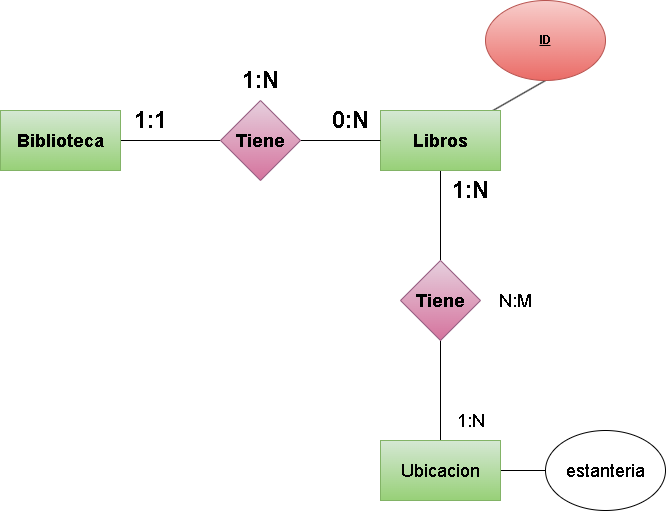
Before: (Unidad-2) (Tarea-3)/img/Ejercicio01.drawio.png, a diagram exported from draw.io (Darkoscurito/Base-de-datos). Source tidied: cells renumbered, new cells last; positions are measured from the earlier drawing's top-left corner, leaving out a move shared by most shapes. Its diagram source:
```xml
<mxGraphModel>
  <root>
    <mxCell id="0" />
    <mxCell id="1" parent="0" />
    <mxCell id="2" style="edgeStyle=none;html=1;entryX=0;entryY=0.5;entryDx=0;entryDy=0;fontSize=24;endArrow=none;endFill=0;" parent="1" edge="1" source="3" target="8">
      <mxGeometry relative="1" as="geometry" />
    </mxCell>
    <mxCell id="3" value="&lt;h2&gt;&lt;b&gt;Biblioteca&lt;/b&gt;&lt;/h2&gt;" style="rounded=0;whiteSpace=wrap;html=1;fillColor=#d5e8d4;strokeColor=#82b366;gradientColor=#97d077;" parent="1" vertex="1">
      <mxGeometry y="110" width="120" height="60" as="geometry" />
    </mxCell>
    <mxCell id="4" style="edgeStyle=none;html=1;entryX=0.5;entryY=1;entryDx=0;entryDy=0;endArrow=none;endFill=0;" parent="1" edge="1" source="6" target="12">
      <mxGeometry relative="1" as="geometry" />
    </mxCell>
    <mxCell id="5" style="edgeStyle=none;html=1;entryX=0.5;entryY=0;entryDx=0;entryDy=0;fontSize=18;endArrow=none;endFill=0;" parent="1" edge="1" source="6" target="17">
      <mxGeometry relative="1" as="geometry" />
    </mxCell>
    <mxCell id="6" value="&lt;h2&gt;&lt;b&gt;Libros&lt;/b&gt;&lt;/h2&gt;" style="rounded=0;whiteSpace=wrap;html=1;fillColor=#d5e8d4;strokeColor=#82b366;gradientColor=#97d077;" parent="1" vertex="1">
      <mxGeometry x="380" y="110" width="120" height="60" as="geometry" />
    </mxCell>
    <mxCell id="7" style="edgeStyle=none;html=1;entryX=0;entryY=0.5;entryDx=0;entryDy=0;fontSize=24;endArrow=none;endFill=0;" parent="1" edge="1" source="8" target="6">
      <mxGeometry relative="1" as="geometry" />
    </mxCell>
    <mxCell id="8" value="&lt;h2&gt;Tiene&lt;/h2&gt;" style="rhombus;whiteSpace=wrap;html=1;fillColor=#e6d0de;strokeColor=#996185;gradientColor=#d5739d;" parent="1" vertex="1">
      <mxGeometry x="220" y="100" width="80" height="80" as="geometry" />
    </mxCell>
    <mxCell id="9" value="&lt;b&gt;1:1&lt;/b&gt;" style="text;html=1;align=center;verticalAlign=middle;strokeColor=none;fillColor=none;fontSize=24;" parent="1" vertex="1">
      <mxGeometry x="120" y="100" width="60" height="40" as="geometry" />
    </mxCell>
    <mxCell id="10" value="&lt;b&gt;0:N&lt;/b&gt;" style="text;html=1;align=center;verticalAlign=middle;strokeColor=none;fillColor=none;fontSize=24;" parent="1" vertex="1">
      <mxGeometry x="320" y="100" width="60" height="40" as="geometry" />
    </mxCell>
    <mxCell id="11" value="&lt;b&gt;1:N&lt;/b&gt;" style="text;html=1;align=center;verticalAlign=middle;strokeColor=none;fillColor=none;fontSize=24;" parent="1" vertex="1">
      <mxGeometry x="230" y="60" width="60" height="40" as="geometry" />
    </mxCell>
    <mxCell id="12" value="&lt;b&gt;&lt;u&gt;ID&lt;/u&gt;&lt;/b&gt;" style="ellipse;whiteSpace=wrap;html=1;fillColor=#f8cecc;gradientColor=#ea6b66;strokeColor=#b85450;" parent="1" vertex="1">
      <mxGeometry x="485" width="120" height="80" as="geometry" />
    </mxCell>
    <mxCell id="13" style="edgeStyle=none;html=1;fontSize=18;endArrow=none;endFill=0;" parent="1" edge="1" source="15" target="16">
      <mxGeometry relative="1" as="geometry" />
    </mxCell>
    <mxCell id="14" style="edgeStyle=none;html=1;fontSize=18;endArrow=none;endFill=0;entryX=0.5;entryY=1;entryDx=0;entryDy=0;" parent="1" edge="1" source="15" target="17">
      <mxGeometry relative="1" as="geometry" />
    </mxCell>
    <mxCell id="15" value="&lt;font style=&quot;font-size: 18px;&quot;&gt;Ubi&lt;/font&gt;&lt;font style=&quot;font-size: 18px;&quot;&gt;cacion&lt;/font&gt;" style="rounded=0;whiteSpace=wrap;html=1;fillColor=#d5e8d4;gradientColor=#97d077;strokeColor=#82b366;" parent="1" vertex="1">
      <mxGeometry x="380" y="440" width="120" height="60" as="geometry" />
    </mxCell>
    <mxCell id="16" value="estanteria" style="ellipse;whiteSpace=wrap;html=1;fontSize=18;" parent="1" vertex="1">
      <mxGeometry x="545" y="430" width="120" height="80" as="geometry" />
    </mxCell>
    <mxCell id="17" value="&lt;h2&gt;Tiene&lt;/h2&gt;" style="rhombus;whiteSpace=wrap;html=1;fillColor=#e6d0de;strokeColor=#996185;gradientColor=#d5739d;" parent="1" vertex="1">
      <mxGeometry x="400" y="260" width="80" height="80" as="geometry" />
    </mxCell>
    <mxCell id="18" value="&lt;b&gt;1:N&lt;/b&gt;" style="text;html=1;align=center;verticalAlign=middle;strokeColor=none;fillColor=none;fontSize=24;" parent="1" vertex="1">
      <mxGeometry x="440" y="170" width="60" height="40" as="geometry" />
    </mxCell>
    <mxCell id="19" value="1:N" style="text;html=1;align=center;verticalAlign=middle;strokeColor=none;fillColor=none;fontSize=18;" parent="1" vertex="1">
      <mxGeometry x="445" y="400" width="50" height="40" as="geometry" />
    </mxCell>
    <mxCell id="20" value="N:M" style="text;html=1;strokeColor=none;fillColor=none;align=center;verticalAlign=middle;whiteSpace=wrap;rounded=0;fontSize=18;" parent="1" vertex="1">
      <mxGeometry x="485" y="285" width="60" height="30" as="geometry" />
    </mxCell>
  </root>
</mxGraphModel>
```
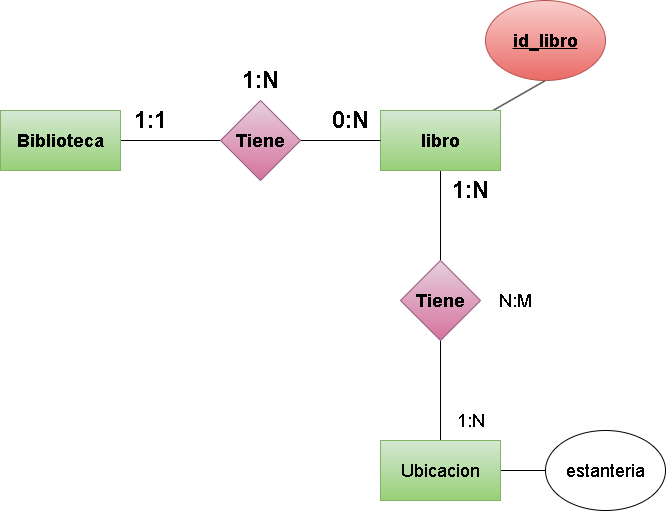
Above is the later version.

What changed in the source:
```diff
@@ -14,7 +14,7 @@
     <mxCell id="5" style="edgeStyle=none;html=1;entryX=0.5;entryY=0;entryDx=0;entryDy=0;fontSize=18;endArrow=none;endFill=0;" parent="1" edge="1" source="6" target="17">
       <mxGeometry relative="1" as="geometry" />
     </mxCell>
-    <mxCell id="6" value="&lt;h2&gt;&lt;b&gt;Libros&lt;/b&gt;&lt;/h2&gt;" style="rounded=0;whiteSpace=wrap;html=1;fillColor=#d5e8d4;strokeColor=#82b366;gradientColor=#97d077;" parent="1" vertex="1">
+    <mxCell id="6" value="&lt;h2&gt;&lt;b&gt;libro&lt;/b&gt;&lt;/h2&gt;" style="rounded=0;whiteSpace=wrap;html=1;fillColor=#d5e8d4;strokeColor=#82b366;gradientColor=#97d077;" parent="1" vertex="1">
       <mxGeometry x="380" y="110" width="120" height="60" as="geometry" />
     </mxCell>
     <mxCell id="7" style="edgeStyle=none;html=1;entryX=0;entryY=0.5;entryDx=0;entryDy=0;fontSize=24;endArrow=none;endFill=0;" parent="1" edge="1" source="8" target="6">
@@ -32,7 +32,7 @@
     <mxCell id="11" value="&lt;b&gt;1:N&lt;/b&gt;" style="text;html=1;align=center;verticalAlign=middle;strokeColor=none;fillColor=none;fontSize=24;" parent="1" vertex="1">
       <mxGeometry x="230" y="60" width="60" height="40" as="geometry" />
     </mxCell>
-    <mxCell id="12" value="&lt;b&gt;&lt;u&gt;ID&lt;/u&gt;&lt;/b&gt;" style="ellipse;whiteSpace=wrap;html=1;fillColor=#f8cecc;gradientColor=#ea6b66;strokeColor=#b85450;" parent="1" vertex="1">
+    <mxCell id="12" value="&lt;b&gt;&lt;u&gt;&lt;font style=&quot;font-size: 18px;&quot;&gt;id_libro&lt;/font&gt;&lt;/u&gt;&lt;/b&gt;" style="ellipse;whiteSpace=wrap;html=1;fillColor=#f8cecc;gradientColor=#ea6b66;strokeColor=#b85450;" parent="1" vertex="1">
       <mxGeometry x="485" width="120" height="80" as="geometry" />
     </mxCell>
     <mxCell id="13" style="edgeStyle=none;html=1;fontSize=18;endArrow=none;endFill=0;" parent="1" edge="1" source="15" target="16">
```
